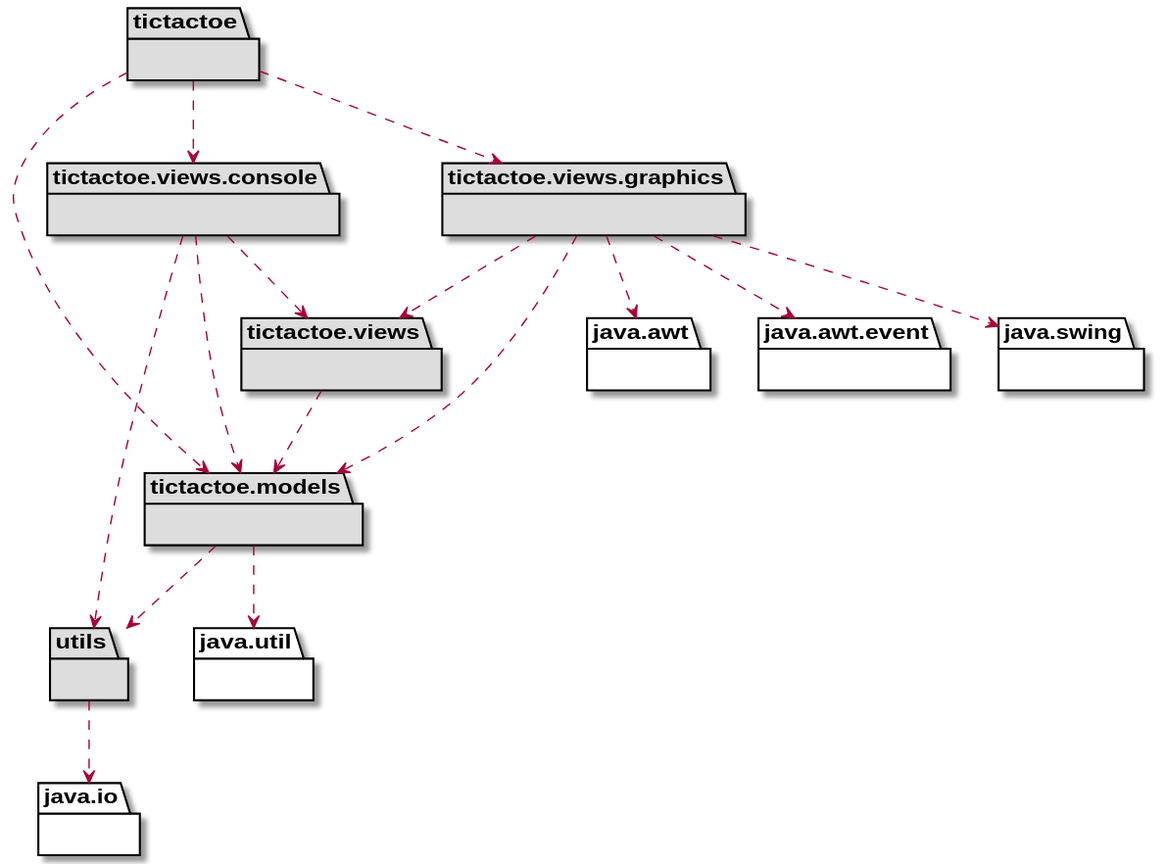
The PlantUML diagram documentView/withoutFactoryMethod/docs/diagrams/out/arquitectura/arquitectura.svg in Jolucaa/USantaTecla-project-ticTacToe, before a commit.
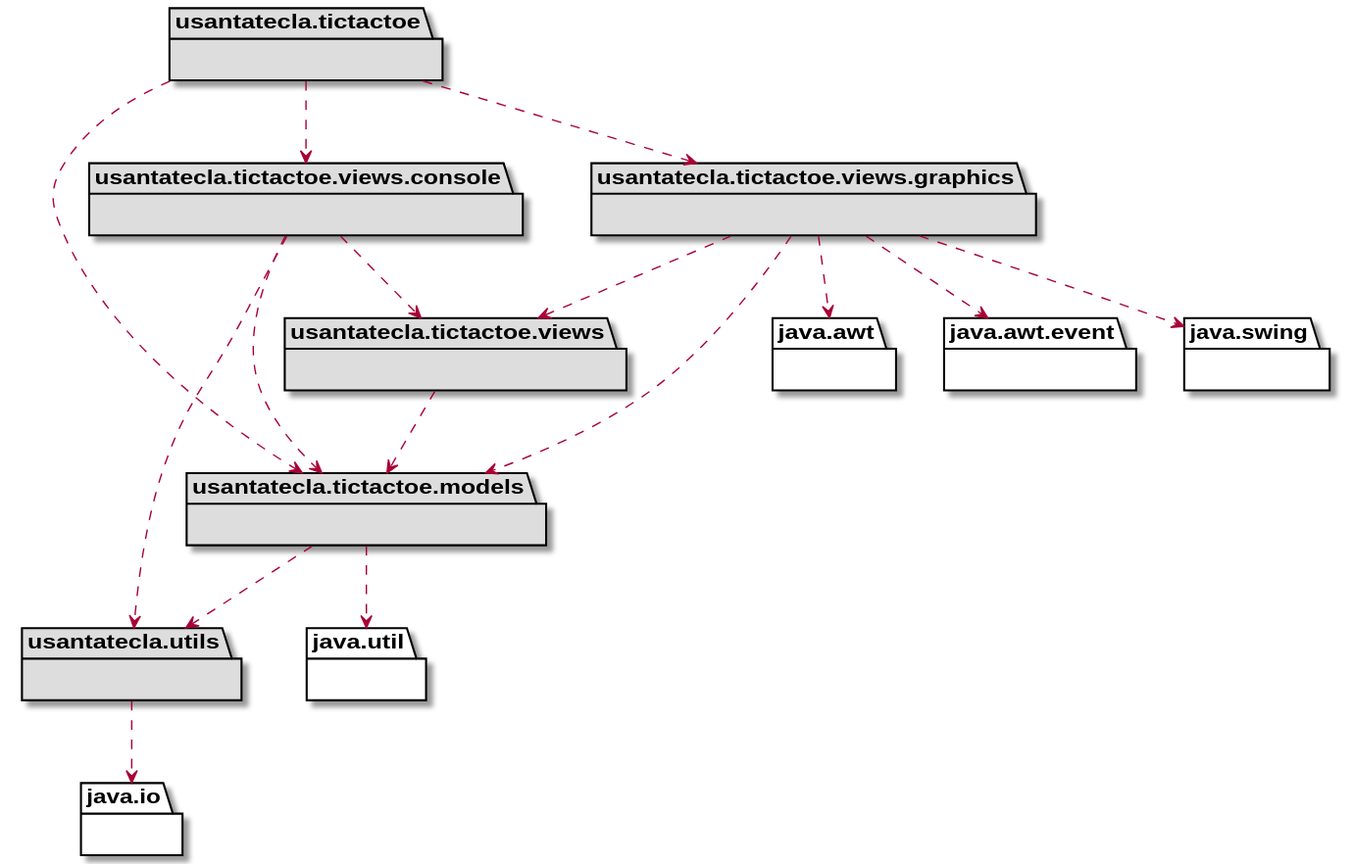
The same file after the commit.

Commit message:
Cambio en documentación de documentView.withoutFactoryMethod

What changed in the source:
```diff
@@ -1,29 +1,29 @@
 @startuml
-package tictactoe #DDDDDD { }
-package tictactoe.models #DDDDDD { }
-package tictactoe.views #DDDDDD { }
-package tictactoe.views.console #DDDDDD { }
-package tictactoe.views.graphics #DDDDDD { }
+package usantatecla.tictactoe #DDDDDD { }
+package usantatecla.tictactoe.models #DDDDDD { }
+package usantatecla.tictactoe.views #DDDDDD { }
+package usantatecla.tictactoe.views.console #DDDDDD { }
+package usantatecla.tictactoe.views.graphics #DDDDDD { }
+package usantatecla.utils #DDDDDD { }
 package java.util{ }
 package java.awt{ }
 package java.awt.event{ }
 package java.swing{ }
-tictactoe .down.> tictactoe.models
-tictactoe .down.> tictactoe.views.console
-tictactoe .down.> tictactoe.views.graphics
-tictactoe.views.console .down.> tictactoe.views
-tictactoe.views.graphics .down.> tictactoe.views
-tictactoe.views.graphics .down.> java.awt
-tictactoe.views.graphics .down.> java.awt.event
-tictactoe.views.graphics .down.> java.swing
-tictactoe.models .down.> java.util
-tictactoe.models .down.> utils
-tictactoe.views.console .down.> utils
-tictactoe.views .down.> tictactoe.models
-tictactoe.views.console .down.> tictactoe.models
-tictactoe.views.graphics .down.> tictactoe.models
+usantatecla.tictactoe .down.> usantatecla.tictactoe.models
+usantatecla.tictactoe .down.> usantatecla.tictactoe.views.console
+usantatecla.tictactoe .down.> usantatecla.tictactoe.views.graphics
+usantatecla.tictactoe.views.console .down.> usantatecla.tictactoe.views
+usantatecla.tictactoe.views.graphics .down.> usantatecla.tictactoe.views
+usantatecla.tictactoe.views.graphics .down.> java.awt
+usantatecla.tictactoe.views.graphics .down.> java.awt.event
+usantatecla.tictactoe.views.graphics .down.> java.swing
+usantatecla.tictactoe.models .down.> java.util
+usantatecla.tictactoe.models .down.> usantatecla.utils
+usantatecla.tictactoe.views.console .down.> usantatecla.utils
+usantatecla.tictactoe.views .down.> usantatecla.tictactoe.models
+usantatecla.tictactoe.views.console .down.> usantatecla.tictactoe.models
+usantatecla.tictactoe.views.graphics .down.> usantatecla.tictactoe.models
 
-package utils #DDDDDD { }
 package java.io{ }
-utils .down.> java.io
+usantatecla.utils .down.> java.io
 @enduml
```
